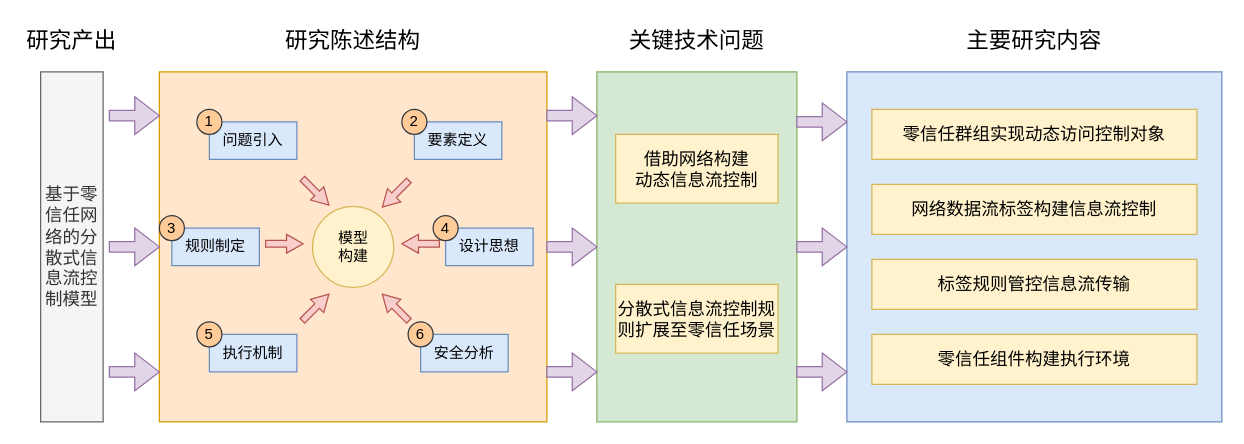
ZhuShouCheng/notebook keeps this draw.io diagram as 第三章研究内容.drawio. Above is the earlier version. Source tidied: cells renumbered, new cells numbered last; positions are measured from the earlier drawing's top-left corner, leaving out a move shared by most shapes. Both pictures are drawn from the tidied source at 125%, with x=0, y=0 at pixel (21, 21).
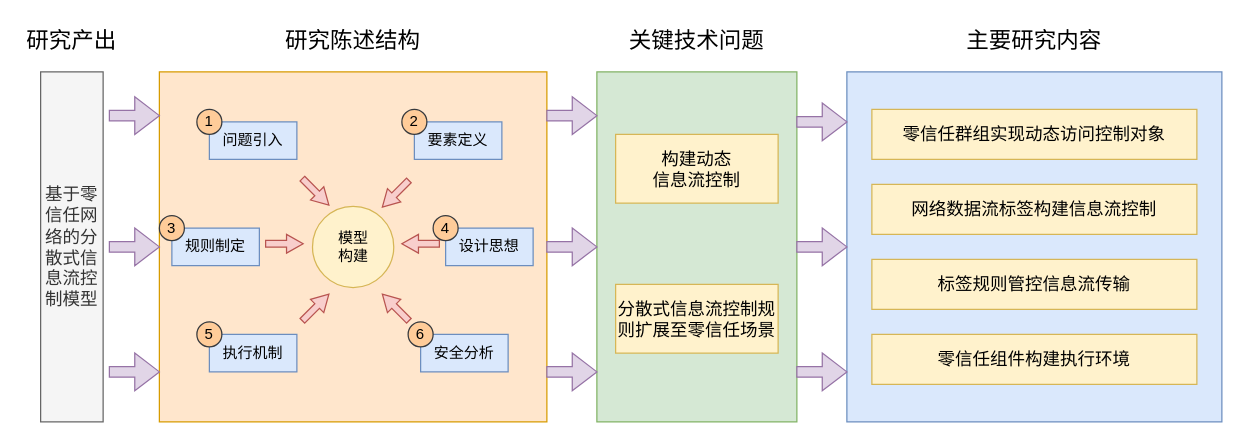
After the change.

Commit message:
更新第三章研究内容.drawio

Change to the diagram source:
```diff
@@
-    <mxCell id="10" value="&lt;font style=&quot;font-size: 14px;&quot;&gt;借助网络构建&lt;br&gt;动态信息流控制&lt;/font&gt;" style="rounded=0;whiteSpace=wrap;html=1;fillColor=#fff2cc;strokeColor=#d6b656;" parent="1" vertex="1">
+    <mxCell id="10" value="&lt;font style=&quot;font-size: 14px;&quot;&gt;构建动态&lt;br&gt;信息流控制&lt;/font&gt;" style="rounded=0;whiteSpace=wrap;html=1;fillColor=#fff2cc;strokeColor=#d6b656;" parent="1" vertex="1">
       <mxGeometry x="475" y="90" width="130" height="55" as="geometry" />
     </mxCell>
```
